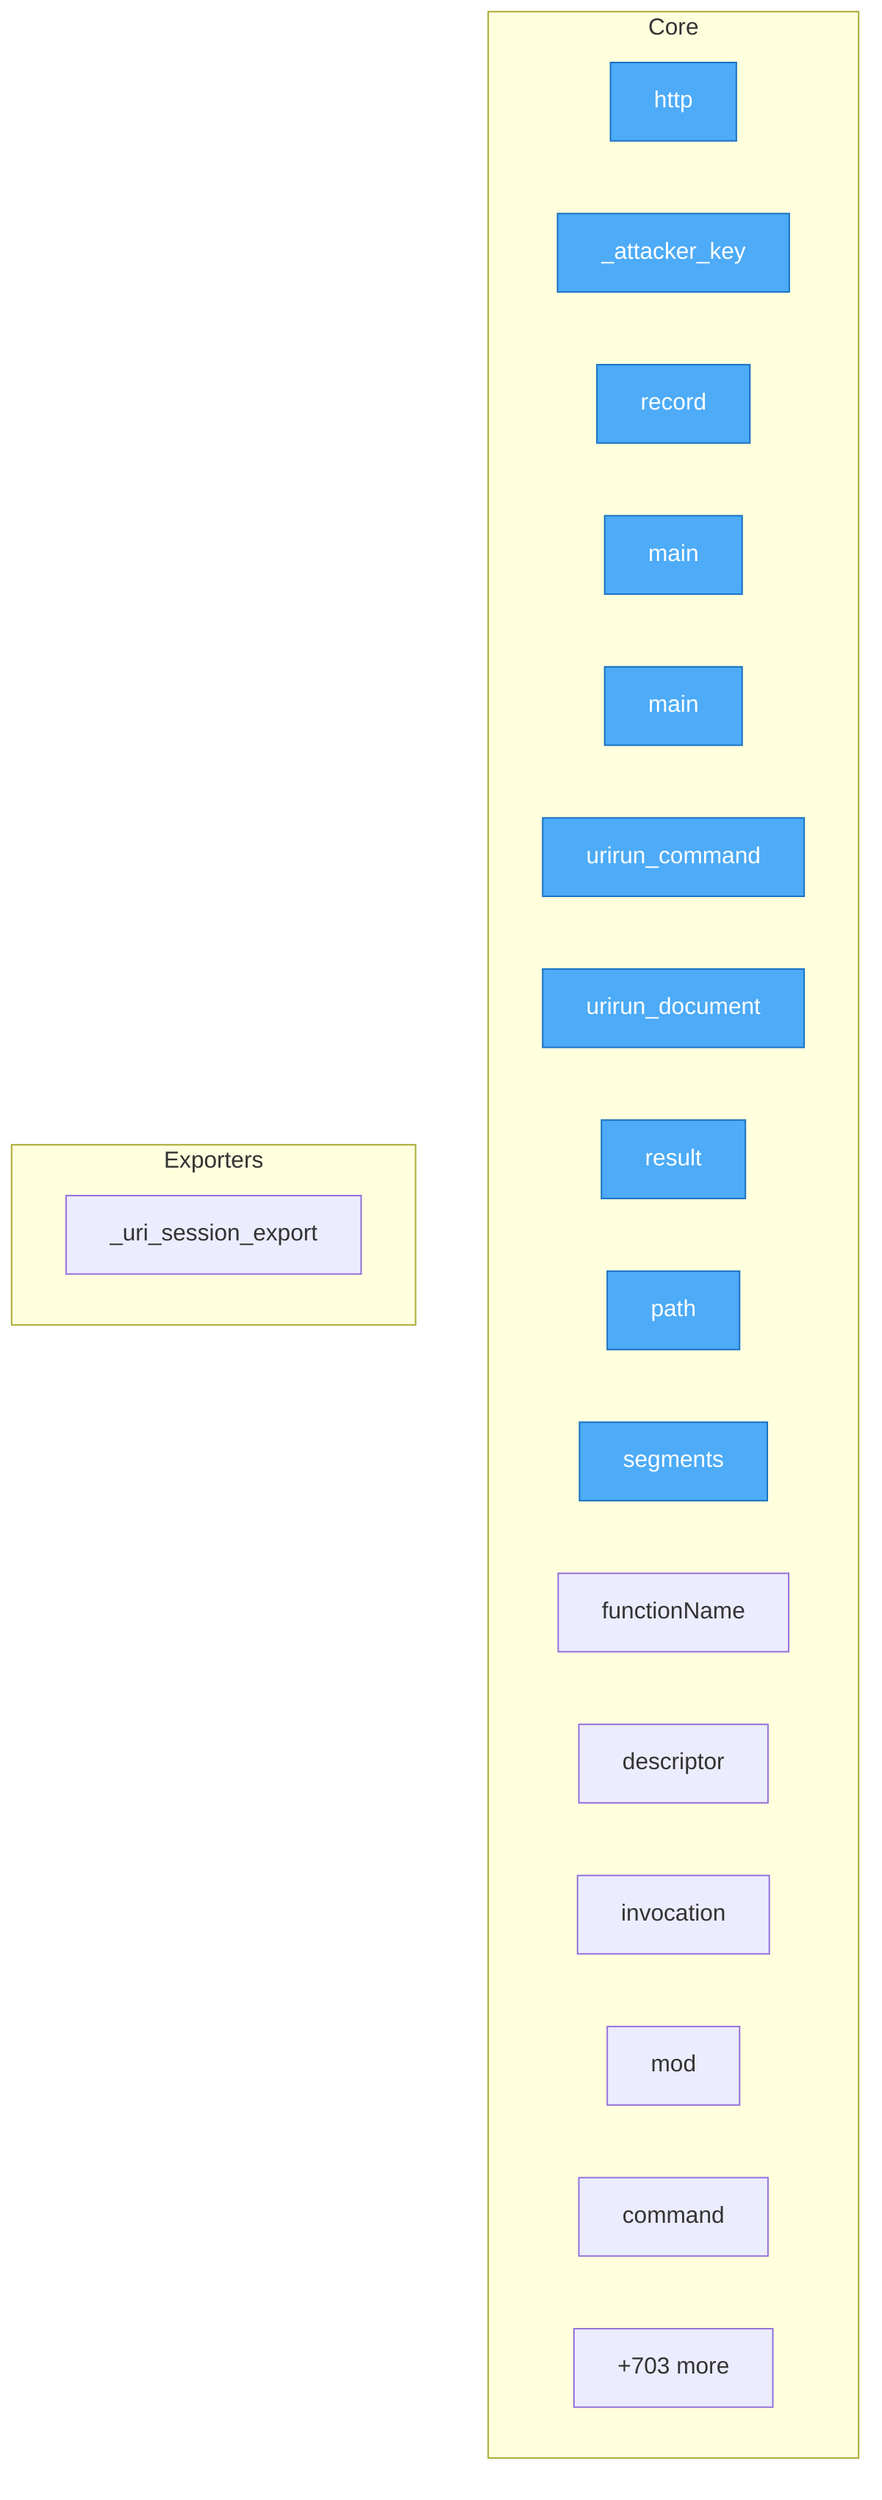
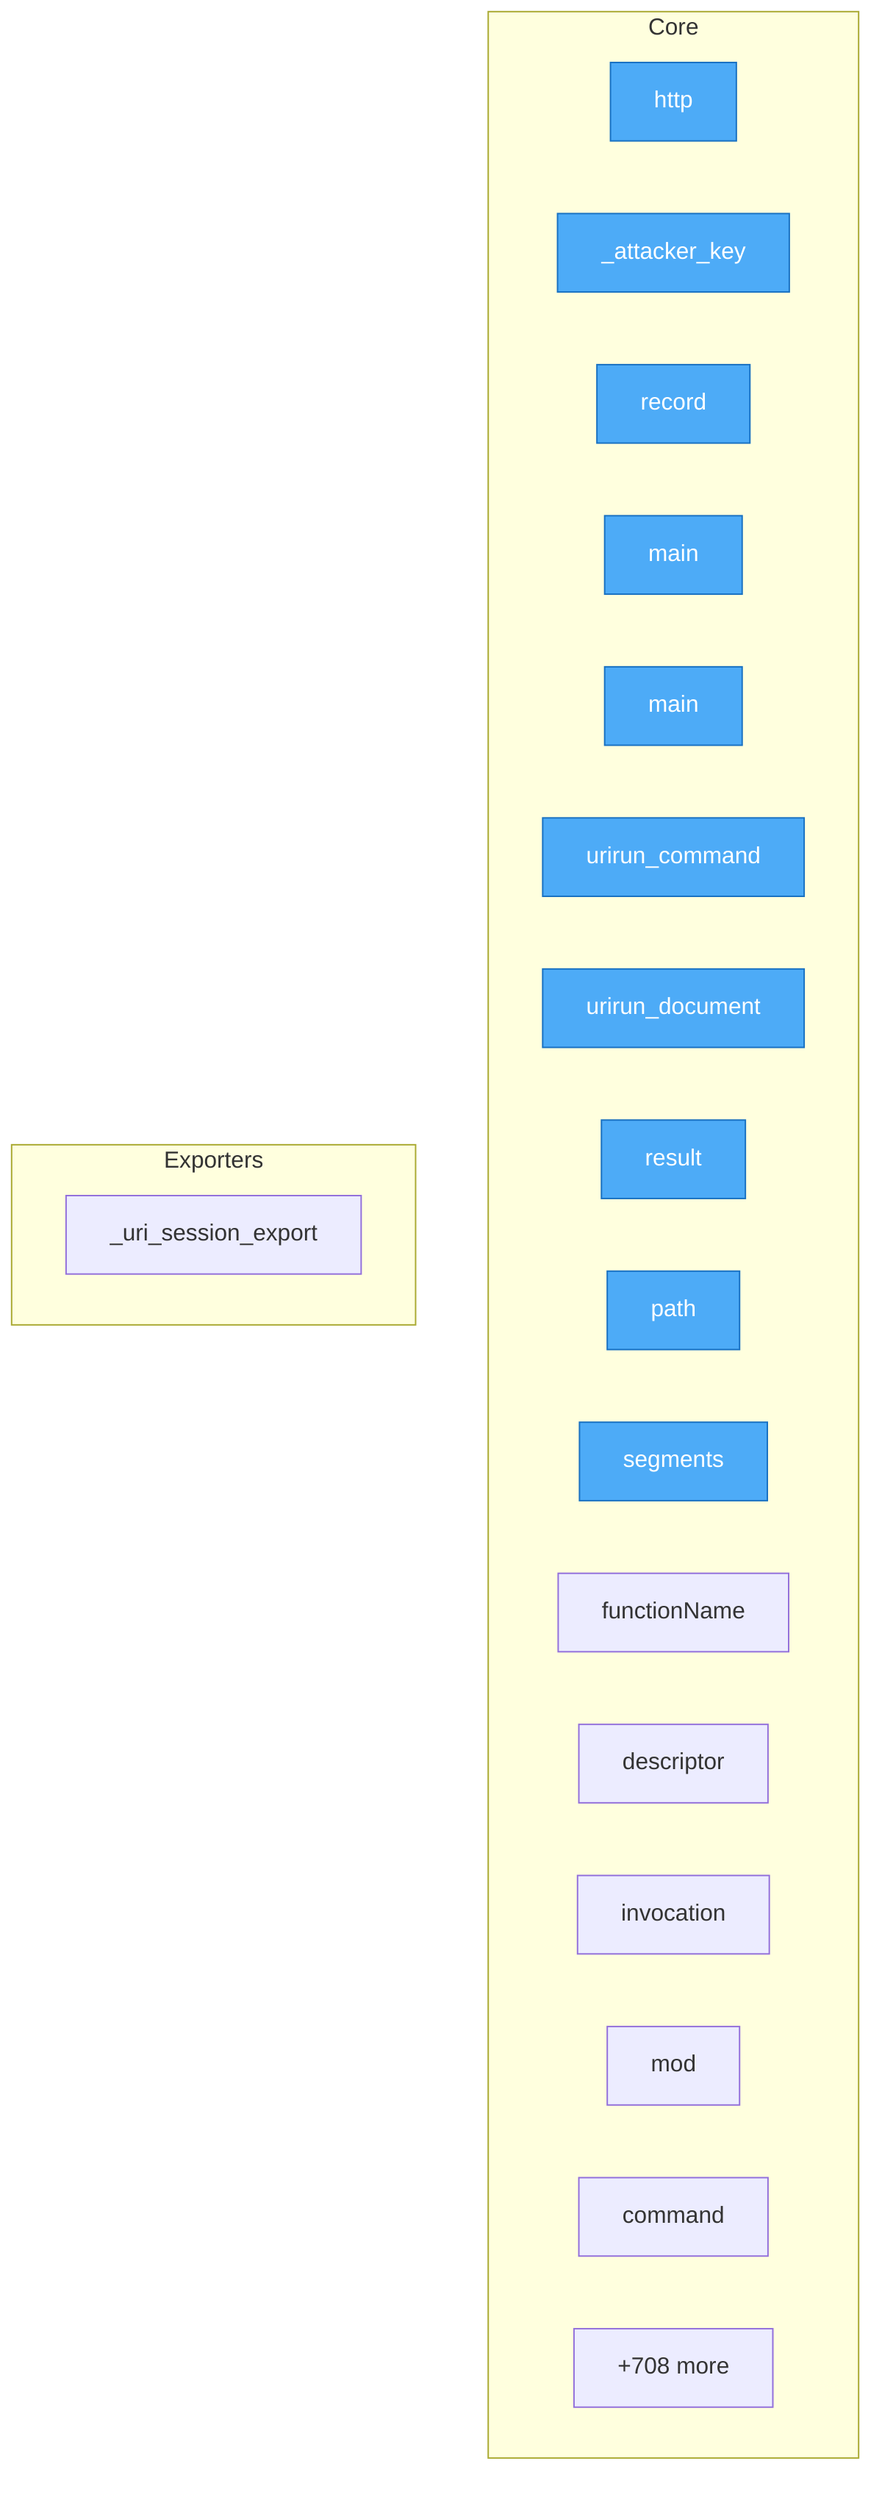
flowchart TD
- %% generated in 0.04s
+ %% generated in 0.05s

    %% Entry points (blue)
    classDef entry fill:#4dabf7,stroke:#1971c2,color:#fff

    subgraph Core
        security__mesh_probe__probe__http["http"]
        security__mesh_probe__probe___attacker_key["_attacker_key"]
        security__mesh_probe__probe__record["record"]
        adapters__conformance__main["main"]
        adapters__new_connector__main["main"]
        adapters__bash__urirun__urirun_command["urirun_command"]
        adapters__bash__urirun__urirun_document["urirun_document"]
        adapters__js__index__test__result["result"]
        adapters__js__path["path"]
        adapters__js__segments["segments"]
        adapters__js__functionName["functionName"]
        adapters__js__descriptor["descriptor"]
        adapters__js__invocation["invocation"]
        adapters__js__mod["mod"]
        adapters__java__Urirun__Urirun__command["command"]
-         ...["+703 more"]
+         ...["+708 more"]
    end

    subgraph Exporters
        adapters__python__urirun__node__skill___uri_session_export["_uri_session_export"]
    end

    class security__mesh_probe__probe__http,security__mesh_probe__probe___attacker_key,security__mesh_probe__probe__record,adapters__conformance__main,adapters__new_connector__main,adapters__bash__urirun__urirun_command,adapters__bash__urirun__urirun_document,adapters__js__index__test__result,adapters__js__path,adapters__js__segments entry
